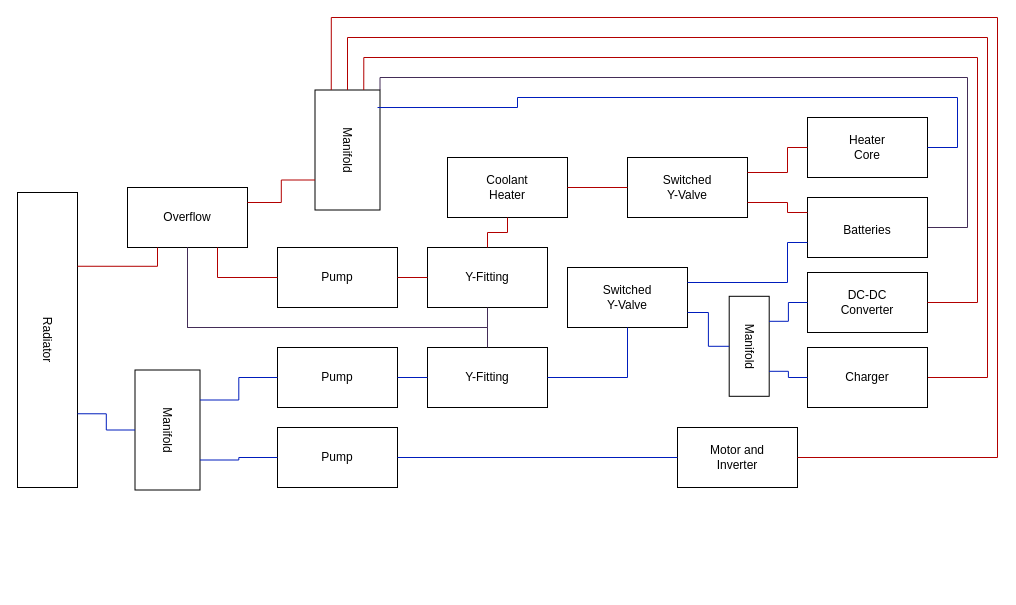
Earlier version of the draw.io diagram CoolantLoops.drawio (cdvanhorn/ForsanRaneaf). Source tidied: cells renumbered, new cells numbered last; positions are measured from the earlier drawing's top-left corner, leaving out a move shared by most shapes. Both pictures are drawn from the tidied source at 100%, with x=0, y=0 at pixel (17, 17).
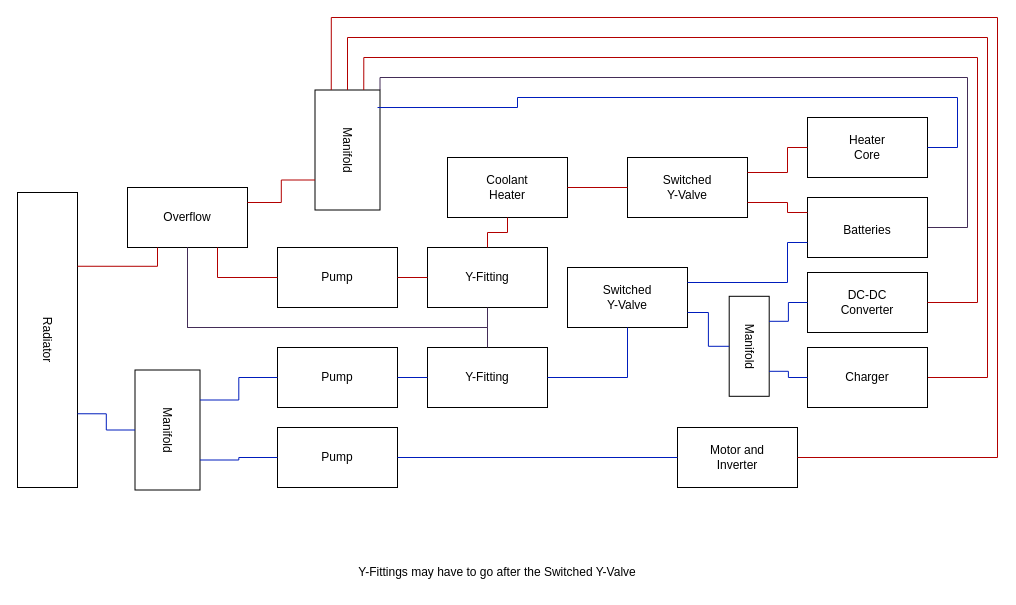
Above is the later version.

Commit message:
made a note

What changed in the source:
```diff
@@
+    <mxCell id="80" value="Y-Fittings may have to go after the Switched Y-Valve" style="text;html=1;align=center;verticalAlign=middle;whiteSpace=wrap;rounded=0;" parent="1" vertex="1">
+      <mxGeometry x="310" y="540" width="340" height="30" as="geometry" />
+    </mxCell>
```
